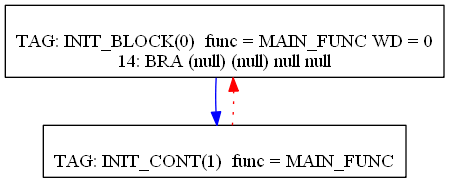
Above: Compiler/19graph.png in mbajaj92/Project-Astoria (Graphviz), before the change. Its source is kept beside it as Compiler/19graph.dot. Its diagram source:
```dot
digraph {
0[label="
TAG: INIT_BLOCK(0)  func = MAIN_FUNC WD = 0
14: BRA (null) (null) null null
"];
0[shape=box];
0 -> 1[color=blue]
1[label="
TAG: INIT_CONT(1)  func = MAIN_FUNC
"];
1[shape=box];
1 -> 0[color=red][style=dotted]
}
```
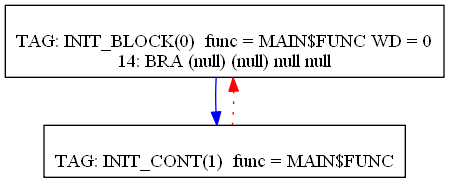
After the commit.

Change to the diagram source:
```diff
@@ -1,12 +1,12 @@
 digraph {
 0[label="
-TAG: INIT_BLOCK(0)  func = MAIN_FUNC WD = 0
+TAG: INIT_BLOCK(0)  func = MAIN$FUNC WD = 0
 14: BRA (null) (null) null null
 "];
 0[shape=box];
 0 -> 1[color=blue]
 1[label="
-TAG: INIT_CONT(1)  func = MAIN_FUNC
+TAG: INIT_CONT(1)  func = MAIN$FUNC
 "];
 1[shape=box];
 1 -> 0[color=red][style=dotted]
```
